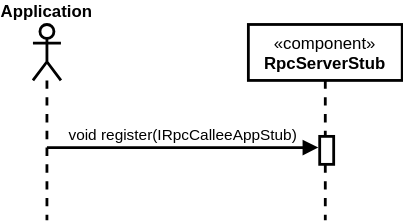
Above: docs/middleware/diagrams/UC01RegisterServiceSequenceDiagramLevel1.drawio.svg in HaniAlshikh/tron (draw.io), before the change. Source tidied: cells renumbered, new cells last; positions are measured from the earlier drawing's top-left corner, leaving out a move shared by most shapes. Its diagram source:
```xml
<mxGraphModel background="#ffffff">
  <root>
    <mxCell id="0" />
    <mxCell id="1" parent="0" />
    <mxCell id="2" value="&lt;span&gt;«component»&lt;br&gt;&lt;b&gt;RpcServerStub&lt;/b&gt;&lt;br&gt;&lt;/span&gt;" style="shape=umlLifeline;perimeter=lifelinePerimeter;whiteSpace=wrap;html=1;strokeWidth=2;verticalAlign=top;" parent="1" vertex="1">
      <mxGeometry x="154" width="110" height="140" as="geometry" />
    </mxCell>
    <mxCell id="3" value="&lt;b&gt;Application&lt;/b&gt;" style="shape=umlLifeline;participant=umlActor;perimeter=lifelinePerimeter;whiteSpace=wrap;html=1;verticalAlign=bottom;spacingTop=36;strokeWidth=2;labelPosition=center;verticalLabelPosition=top;align=center;" parent="1" vertex="1">
      <mxGeometry width="20" height="140" as="geometry" />
    </mxCell>
    <mxCell id="4" style="html=1;perimeter=orthogonalPerimeter;strokeWidth=2;verticalAlign=top;" parent="1" vertex="1">
      <mxGeometry x="205" y="80" width="10" height="20" as="geometry" />
    </mxCell>
    <mxCell id="5" value="void register(IRpcCalleeAppStub)" style="html=1;verticalAlign=bottom;endArrow=block;strokeWidth=2;entryX=-0.1;entryY=0.832;entryDx=0;entryDy=0;entryPerimeter=0;" parent="1" edge="1">
      <mxGeometry relative="1" as="geometry">
        <mxPoint x="10" y="88" as="sourcePoint" />
        <mxPoint x="204" y="88" as="targetPoint" />
      </mxGeometry>
    </mxCell>
  </root>
</mxGraphModel>
```
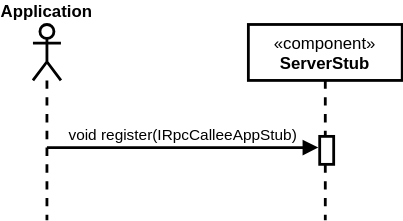
After the commit.

Commit message:
Docs: Runtime View Level diagrams interfaces

Diff of the diagram source:
```diff
@@ -2,7 +2,7 @@
   <root>
     <mxCell id="0" />
     <mxCell id="1" parent="0" />
-    <mxCell id="2" value="&lt;span&gt;«component»&lt;br&gt;&lt;b&gt;RpcServerStub&lt;/b&gt;&lt;br&gt;&lt;/span&gt;" style="shape=umlLifeline;perimeter=lifelinePerimeter;whiteSpace=wrap;html=1;strokeWidth=2;verticalAlign=top;" parent="1" vertex="1">
+    <mxCell id="2" value="&lt;span&gt;«component»&lt;br&gt;&lt;b&gt;ServerStub&lt;/b&gt;&lt;br&gt;&lt;/span&gt;" style="shape=umlLifeline;perimeter=lifelinePerimeter;whiteSpace=wrap;html=1;strokeWidth=2;verticalAlign=top;" parent="1" vertex="1">
       <mxGeometry x="154" width="110" height="140" as="geometry" />
     </mxCell>
     <mxCell id="3" value="&lt;b&gt;Application&lt;/b&gt;" style="shape=umlLifeline;participant=umlActor;perimeter=lifelinePerimeter;whiteSpace=wrap;html=1;verticalAlign=bottom;spacingTop=36;strokeWidth=2;labelPosition=center;verticalLabelPosition=top;align=center;" parent="1" vertex="1">
```
